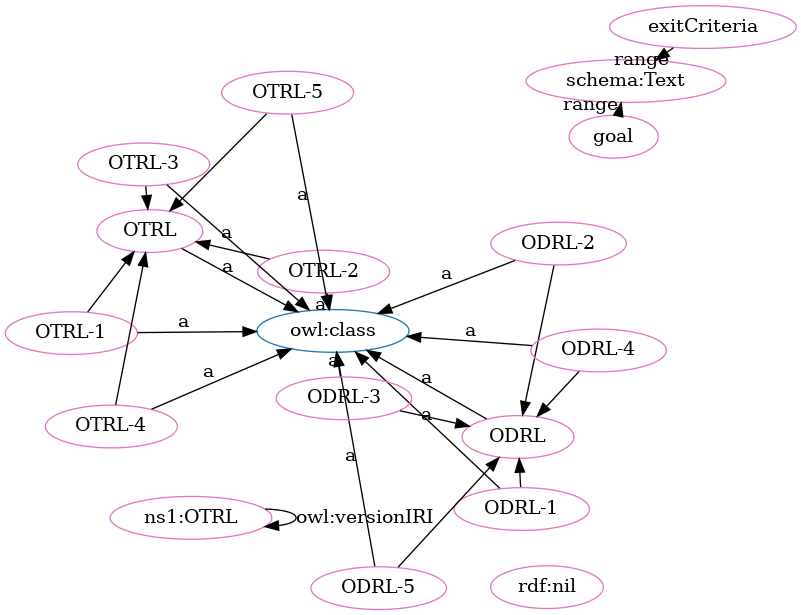
OPEN-NEXT/OKH-LOSH keeps this Graphviz diagram as OTRL-clean.png. Above is the earlier version. Its source is kept beside it as OTRL-clean.dot.
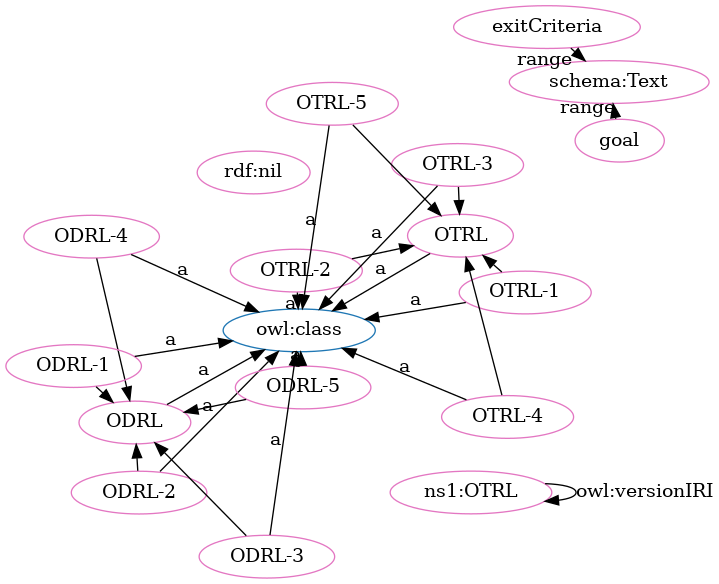
The same diagram one commit later.

Diff of the diagram source:
```diff
@@ -1,49 +1,49 @@
 digraph G {
   rankdir=BT
   node[height=.3]
-"http://purl.org/oseg/ontologies/OTRL#ODRL" [fillcolor="#1f77b4" color="#1f77b4" label="ODRL"]
 "http://www.w3.org/2002/07/owl#class" [fillcolor="#1f77b4" color="#1f77b4" label="owl:class"]
 "http://purl.org/oseg/ontologies/OTRL#OTRL" [fillcolor="#1f77b4" color="#1f77b4" label="OTRL"]
-"http://schema.org/Text" [fillcolor="#e377c2" color="#e377c2" label="schema:Text"]
+"http://purl.org/oseg/ontologies/OTRL#ODRL" [fillcolor="#1f77b4" color="#1f77b4" label="ODRL"]
+"http://purl.org/oseg/ontologies/OTRL#ODRL" [fillcolor="#e377c2" color="#e377c2" label="ODRL"]
+"http://purl.org/oseg/ontologies/OTRL#OTRL" [fillcolor="#e377c2" color="#e377c2" label="OTRL"]
+"http://purl.org/oseg/ontologies/OTRL#ODRL-4" [fillcolor="#e377c2" color="#e377c2" label="ODRL-4"]
+"http://www.w3.org/1999/02/22-rdf-syntax-ns#nil" [fillcolor="#e377c2" color="#e377c2" label="rdf:nil"]
 "http://purl.org/oseg/ontologies/OTRL#OTRL-2" [fillcolor="#e377c2" color="#e377c2" label="OTRL-2"]
-"http://purl.org/oseg/ontologies/OTRL#exitCriteria" [fillcolor="#e377c2" color="#e377c2" label="exitCriteria"]
-"http://purl.org/oseg/ontologies/OTRL#OTRL" [fillcolor="#e377c2" color="#e377c2" label="OTRL"]
-"http://purl.org/oseg/ontologies/OTRL#ODRL" [fillcolor="#e377c2" color="#e377c2" label="ODRL"]
+"http://purl.org/oseg/ontologies/OTRL#OTRL-3" [fillcolor="#e377c2" color="#e377c2" label="OTRL-3"]
 "http://purl.org/oseg/ontologies/OTRL#ODRL-2" [fillcolor="#e377c2" color="#e377c2" label="ODRL-2"]
+"http://purl.org/oseg/ontologies/OTRL#OTRL-1" [fillcolor="#e377c2" color="#e377c2" label="OTRL-1"]
 "http://purl.org/oseg/ontologies/OTRL" [fillcolor="#e377c2" color="#e377c2" label="ns1:OTRL"]
-"http://www.w3.org/1999/02/22-rdf-syntax-ns#nil" [fillcolor="#e377c2" color="#e377c2" label="rdf:nil"]
-"http://purl.org/oseg/ontologies/OTRL#OTRL-3" [fillcolor="#e377c2" color="#e377c2" label="OTRL-3"]
-"http://purl.org/oseg/ontologies/OTRL#OTRL-1" [fillcolor="#e377c2" color="#e377c2" label="OTRL-1"]
 "http://purl.org/oseg/ontologies/OTRL#ODRL-1" [fillcolor="#e377c2" color="#e377c2" label="ODRL-1"]
 "http://purl.org/oseg/ontologies/OTRL#ODRL-5" [fillcolor="#e377c2" color="#e377c2" label="ODRL-5"]
-"http://purl.org/oseg/ontologies/OTRL#ODRL-3" [fillcolor="#e377c2" color="#e377c2" label="ODRL-3"]
+"http://purl.org/oseg/ontologies/OTRL#exitCriteria" [fillcolor="#e377c2" color="#e377c2" label="exitCriteria"]
+"http://schema.org/Text" [fillcolor="#e377c2" color="#e377c2" label="schema:Text"]
 "http://purl.org/oseg/ontologies/OTRL#goal" [fillcolor="#e377c2" color="#e377c2" label="goal"]
-"http://purl.org/oseg/ontologies/OTRL#ODRL-4" [fillcolor="#e377c2" color="#e377c2" label="ODRL-4"]
 "http://purl.org/oseg/ontologies/OTRL#OTRL-4" [fillcolor="#e377c2" color="#e377c2" label="OTRL-4"]
 "http://purl.org/oseg/ontologies/OTRL#OTRL-5" [fillcolor="#e377c2" color="#e377c2" label="OTRL-5"]
+"http://purl.org/oseg/ontologies/OTRL#ODRL-3" [fillcolor="#e377c2" color="#e377c2" label="ODRL-3"]
+  "http://purl.org/oseg/ontologies/OTRL#ODRL-5" -> "http://purl.org/oseg/ontologies/OTRL#ODRL" [label=""]
+  "http://purl.org/oseg/ontologies/OTRL#ODRL-4" -> "http://www.w3.org/2002/07/owl#class" [label="a"]
+  "http://purl.org/oseg/ontologies/OTRL#OTRL-3" -> "http://www.w3.org/2002/07/owl#class" [label="a"]
+  "http://purl.org/oseg/ontologies/OTRL#ODRL-3" -> "http://purl.org/oseg/ontologies/OTRL#ODRL" [label=""]
+  "http://purl.org/oseg/ontologies/OTRL" -> "http://purl.org/oseg/ontologies/OTRL" [label="owl:versionIRI"]
+  "http://purl.org/oseg/ontologies/OTRL#ODRL-4" -> "http://purl.org/oseg/ontologies/OTRL#ODRL" [label=""]
+  "http://purl.org/oseg/ontologies/OTRL#OTRL-2" -> "http://purl.org/oseg/ontologies/OTRL#OTRL" [label=""]
+  "http://purl.org/oseg/ontologies/OTRL#goal" -> "http://schema.org/Text" [label="range"]
+  "http://purl.org/oseg/ontologies/OTRL#OTRL-5" -> "http://www.w3.org/2002/07/owl#class" [label="a"]
+  "http://purl.org/oseg/ontologies/OTRL#OTRL-5" -> "http://purl.org/oseg/ontologies/OTRL#OTRL" [label=""]
+  "http://purl.org/oseg/ontologies/OTRL#ODRL" -> "http://www.w3.org/2002/07/owl#class" [label="a"]
+  "http://purl.org/oseg/ontologies/OTRL#OTRL" -> "http://www.w3.org/2002/07/owl#class" [label="a"]
   "http://purl.org/oseg/ontologies/OTRL#OTRL-2" -> "http://www.w3.org/2002/07/owl#class" [label="a"]
-  "http://purl.org/oseg/ontologies/OTRL#ODRL" -> "http://www.w3.org/2002/07/owl#class" [label="a"]
   "http://purl.org/oseg/ontologies/OTRL#ODRL-2" -> "http://www.w3.org/2002/07/owl#class" [label="a"]
+  "http://purl.org/oseg/ontologies/OTRL#OTRL-1" -> "http://www.w3.org/2002/07/owl#class" [label="a"]
   "http://purl.org/oseg/ontologies/OTRL#ODRL-1" -> "http://www.w3.org/2002/07/owl#class" [label="a"]
-  "http://purl.org/oseg/ontologies/OTRL#ODRL-4" -> "http://purl.org/oseg/ontologies/OTRL#ODRL" [label=""]
-  "http://purl.org/oseg/ontologies/OTRL#OTRL" -> "http://www.w3.org/2002/07/owl#class" [label="a"]
   "http://purl.org/oseg/ontologies/OTRL#ODRL-5" -> "http://www.w3.org/2002/07/owl#class" [label="a"]
+  "http://purl.org/oseg/ontologies/OTRL#ODRL-2" -> "http://purl.org/oseg/ontologies/OTRL#ODRL" [label=""]
   "http://purl.org/oseg/ontologies/OTRL#OTRL-3" -> "http://purl.org/oseg/ontologies/OTRL#OTRL" [label=""]
-  "http://purl.org/oseg/ontologies/OTRL#ODRL-2" -> "http://purl.org/oseg/ontologies/OTRL#ODRL" [label=""]
+  "http://purl.org/oseg/ontologies/OTRL#exitCriteria" -> "http://schema.org/Text" [label="range"]
   "http://purl.org/oseg/ontologies/OTRL#OTRL-1" -> "http://purl.org/oseg/ontologies/OTRL#OTRL" [label=""]
-  "http://purl.org/oseg/ontologies/OTRL#exitCriteria" -> "http://schema.org/Text" [label="range"]
-  "http://purl.org/oseg/ontologies/OTRL" -> "http://purl.org/oseg/ontologies/OTRL" [label="owl:versionIRI"]
-  "http://purl.org/oseg/ontologies/OTRL#OTRL-3" -> "http://www.w3.org/2002/07/owl#class" [label="a"]
-  "http://purl.org/oseg/ontologies/OTRL#OTRL-1" -> "http://www.w3.org/2002/07/owl#class" [label="a"]
-  "http://purl.org/oseg/ontologies/OTRL#ODRL-5" -> "http://purl.org/oseg/ontologies/OTRL#ODRL" [label=""]
-  "http://purl.org/oseg/ontologies/OTRL#OTRL-5" -> "http://purl.org/oseg/ontologies/OTRL#OTRL" [label=""]
-  "http://purl.org/oseg/ontologies/OTRL#OTRL-5" -> "http://www.w3.org/2002/07/owl#class" [label="a"]
-  "http://purl.org/oseg/ontologies/OTRL#OTRL-4" -> "http://purl.org/oseg/ontologies/OTRL#OTRL" [label=""]
-  "http://purl.org/oseg/ontologies/OTRL#OTRL-2" -> "http://purl.org/oseg/ontologies/OTRL#OTRL" [label=""]
+  "http://purl.org/oseg/ontologies/OTRL#OTRL-4" -> "http://www.w3.org/2002/07/owl#class" [label="a"]
   "http://purl.org/oseg/ontologies/OTRL#ODRL-1" -> "http://purl.org/oseg/ontologies/OTRL#ODRL" [label=""]
   "http://purl.org/oseg/ontologies/OTRL#ODRL-3" -> "http://www.w3.org/2002/07/owl#class" [label="a"]
-  "http://purl.org/oseg/ontologies/OTRL#goal" -> "http://schema.org/Text" [label="range"]
-  "http://purl.org/oseg/ontologies/OTRL#ODRL-4" -> "http://www.w3.org/2002/07/owl#class" [label="a"]
-  "http://purl.org/oseg/ontologies/OTRL#OTRL-4" -> "http://www.w3.org/2002/07/owl#class" [label="a"]
-  "http://purl.org/oseg/ontologies/OTRL#ODRL-3" -> "http://purl.org/oseg/ontologies/OTRL#ODRL" [label=""]
+  "http://purl.org/oseg/ontologies/OTRL#OTRL-4" -> "http://purl.org/oseg/ontologies/OTRL#OTRL" [label=""]
 }
```
